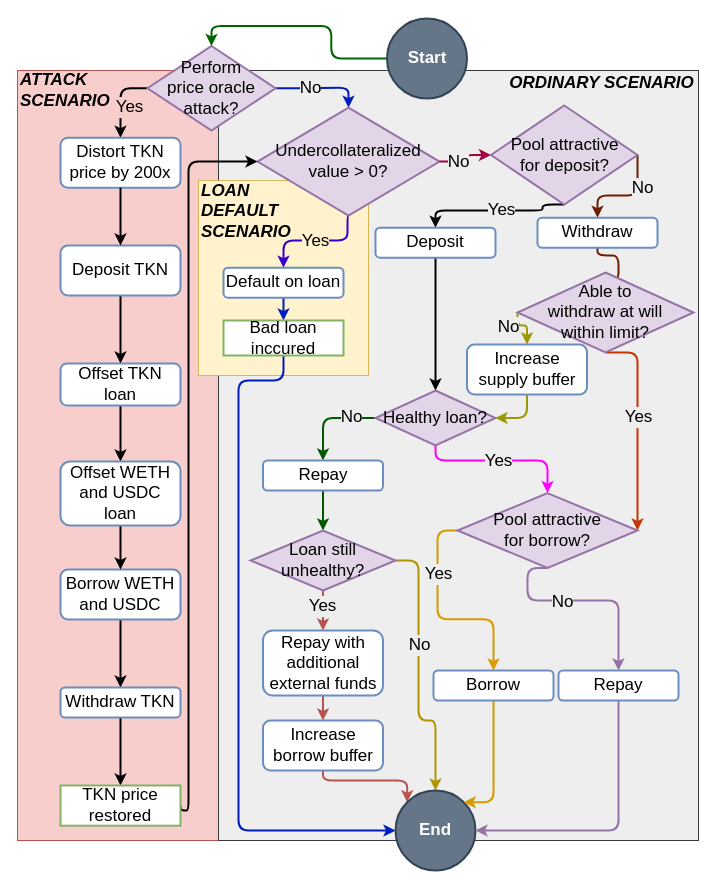
Above: page "user-action" (4 of 4) of assets/arc.drawio in xujiahuayz/auto-gov (draw.io), before the change. Source tidied: cells renumbered, new cells numbered last; positions are measured from the earlier drawing's top-left corner, leaving out a move shared by most shapes. Both pictures are drawn from the tidied source at 100%, with x=0, y=0 at pixel (17, 18).
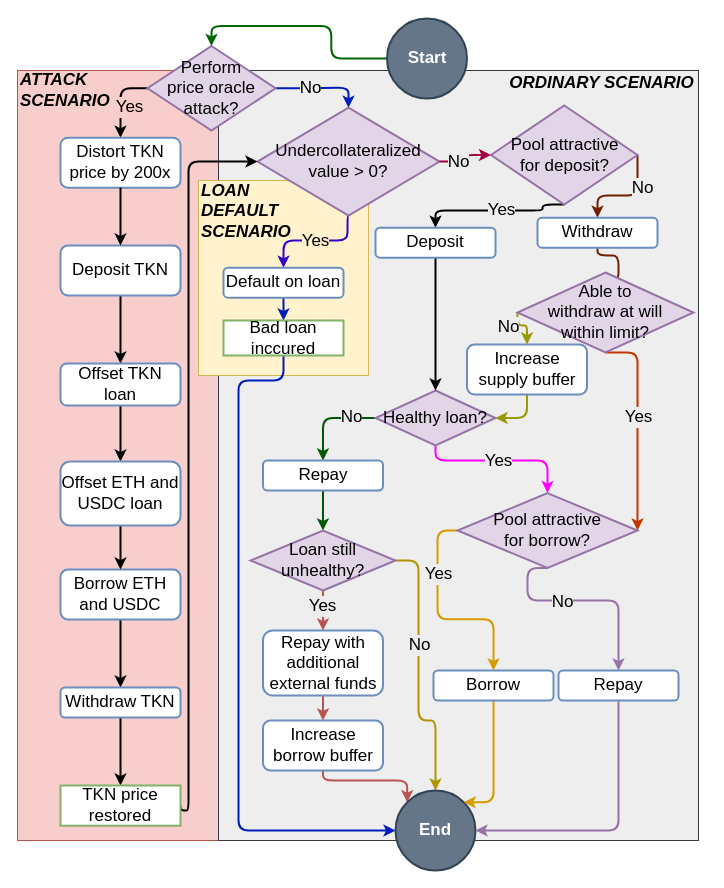
The same diagram, later.

Commit message (it also covers changes not shown here):
update figure (weth->eth)

Diff of the diagram source:
```diff
@@
-    <mxCell id="16" value="&lt;font style=&quot;font-size: 17px;&quot;&gt;Borrow WETH&lt;br style=&quot;font-size: 17px;&quot;&gt;and USDC&lt;/font&gt;" style="rounded=1;whiteSpace=wrap;html=1;fillColor=#FFFFFF;strokeColor=#6c8ebf;strokeWidth=2;flipH=1;fontSize=17;" parent="1" vertex="1">
+    <mxCell id="16" value="&lt;font style=&quot;font-size: 17px;&quot;&gt;Borrow ETH&lt;br style=&quot;font-size: 17px;&quot;&gt;and USDC&lt;/font&gt;" style="rounded=1;whiteSpace=wrap;html=1;fillColor=#FFFFFF;strokeColor=#6c8ebf;strokeWidth=2;flipH=1;fontSize=17;" parent="1" vertex="1">
       <mxGeometry x="43" y="551" width="120" height="50" as="geometry" />
     </mxCell>
@@
-    <mxCell id="20" value="&lt;font style=&quot;font-size: 17px;&quot;&gt;Offset WETH and USDC loan&lt;/font&gt;" style="rounded=1;whiteSpace=wrap;html=1;fillColor=#FFFFFF;strokeColor=#6c8ebf;strokeWidth=2;flipH=1;fontSize=17;" parent="1" vertex="1">
+    <mxCell id="20" value="&lt;font style=&quot;font-size: 17px;&quot;&gt;Offset ETH and USDC loan&lt;/font&gt;" style="rounded=1;whiteSpace=wrap;html=1;fillColor=#FFFFFF;strokeColor=#6c8ebf;strokeWidth=2;flipH=1;fontSize=17;" parent="1" vertex="1">
       <mxGeometry x="43" y="443" width="120" height="64" as="geometry" />
     </mxCell>
```
